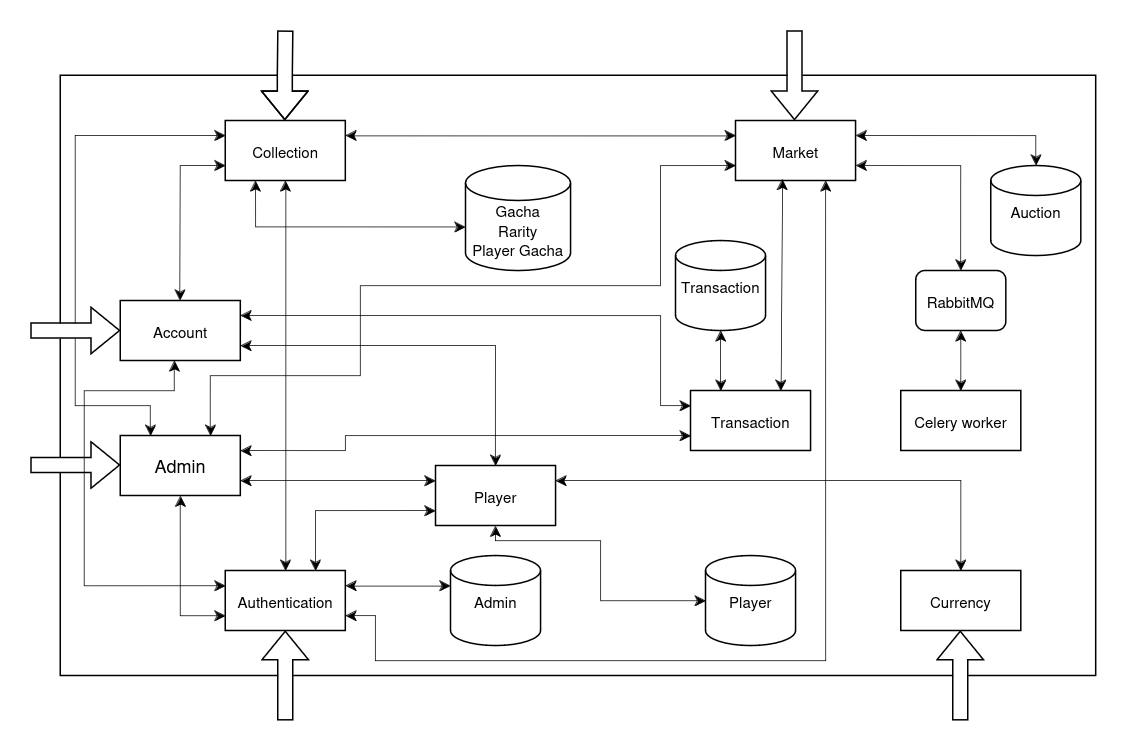
Earlier version of the draw.io export docs/final-delivery/architecture-v2.drawio.png (pklone/ASE-project). Source tidied: cells renumbered, new cells last; positions are measured from the earlier drawing's top-left corner, leaving out a move shared by most shapes.
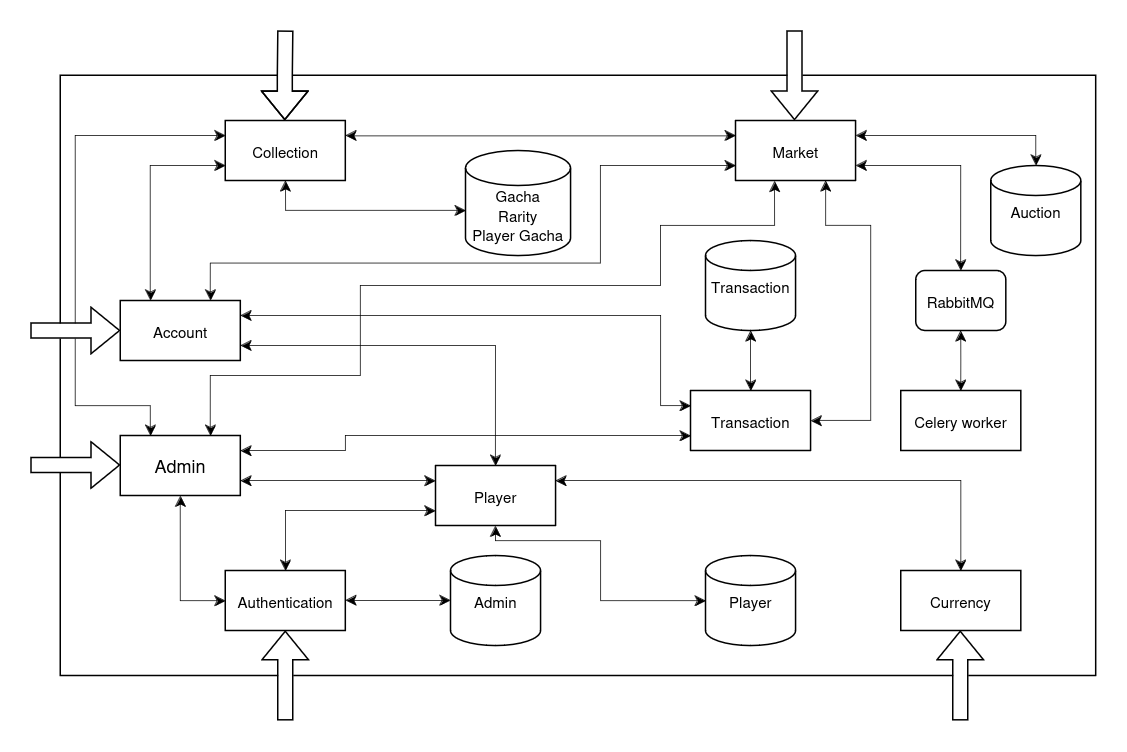
After the change.

Commit message:
fix(architecture): update diagram layout

The edit, as a diff of the source:
```diff
@@ -30,21 +30,21 @@
       <mxGeometry x="640" y="90" width="60" height="60" as="geometry" />
     </mxCell>
     <mxCell id="11" value="&lt;font style=&quot;font-size: 10px;&quot;&gt;Transaction&lt;/font&gt;" style="strokeWidth=1;html=1;shape=mxgraph.flowchart.database;whiteSpace=wrap;" parent="1" vertex="1">
-      <mxGeometry x="430" y="140" width="60" height="60" as="geometry" />
+      <mxGeometry x="450" y="140" width="60" height="60" as="geometry" />
     </mxCell>
-    <mxCell id="12" style="endArrow=classic;startArrow=classic;html=1;rounded=0;entryX=0.5;entryY=1;entryDx=0;entryDy=0;exitX=0.25;exitY=0;exitDx=0;exitDy=0;strokeWidth=0.5;entryPerimeter=0;" parent="1" edge="1" source="6" target="11">
+    <mxCell id="12" style="endArrow=classic;startArrow=classic;html=1;rounded=0;entryX=0.5;entryY=1;entryDx=0;entryDy=0;exitX=0.5;exitY=0;exitDx=0;exitDy=0;strokeWidth=0.5;entryPerimeter=0;" parent="1" edge="1" source="6" target="11">
       <mxGeometry relative="1" as="geometry">
         <Array as="points">
-          <mxPoint x="460" y="220" />
+          <mxPoint x="480" y="220" />
         </Array>
       </mxGeometry>
     </mxCell>
     <mxCell id="13" style="endArrow=classic;startArrow=classic;html=1;rounded=0;strokeWidth=0.5;edgeStyle=orthogonalEdgeStyle;" parent="1" edge="1">
       <mxGeometry relative="1" as="geometry">
-        <mxPoint x="280" y="370" as="sourcePoint" />
-        <mxPoint x="210" y="370" as="targetPoint" />
+        <mxPoint x="280" y="379.7" as="sourcePoint" />
+        <mxPoint x="210" y="379.7" as="targetPoint" />
         <Array as="points">
-          <mxPoint x="280" y="370" />
+          <mxPoint x="280" y="379.7" />
         </Array>
       </mxGeometry>
     </mxCell>
@@ -96,10 +96,10 @@
     </mxCell>
     <mxCell id="20" style="endArrow=classic;startArrow=classic;html=1;rounded=0;exitX=0;exitY=0.75;exitDx=0;exitDy=0;strokeWidth=0.5;edgeStyle=orthogonalEdgeStyle;" parent="1" edge="1" source="26">
       <mxGeometry relative="1" as="geometry">
-        <mxPoint x="190" y="360" as="targetPoint" />
+        <mxPoint x="170" y="360" as="targetPoint" />
         <Array as="points">
-          <mxPoint x="190" y="320" />
-          <mxPoint x="190" y="360" />
+          <mxPoint x="170" y="320" />
+          <mxPoint x="170" y="360" />
         </Array>
       </mxGeometry>
     </mxCell>
@@ -125,10 +125,10 @@
     </mxCell>
     <mxCell id="25" style="endArrow=classic;startArrow=classic;html=1;rounded=0;exitX=0.5;exitY=1;exitDx=0;exitDy=0;strokeWidth=0.5;edgeStyle=orthogonalEdgeStyle;" parent="1" edge="1" source="24">
       <mxGeometry relative="1" as="geometry">
-        <mxPoint x="130" y="390" as="targetPoint" />
+        <mxPoint x="130" y="380" as="targetPoint" />
         <Array as="points">
-          <mxPoint x="100" y="390" />
-          <mxPoint x="130" y="390" />
+          <mxPoint x="100" y="380" />
+          <mxPoint x="130" y="380" />
         </Array>
       </mxGeometry>
     </mxCell>
@@ -139,23 +139,23 @@
       <mxGeometry x="60" y="180" width="80" height="40" as="geometry" />
     </mxCell>
     <mxCell id="28" value="&lt;font style=&quot;font-size: 10px;&quot;&gt;&lt;br&gt;Gacha&lt;br&gt;&lt;/font&gt;&lt;div style=&quot;font-size: 11px;&quot;&gt;&lt;font style=&quot;font-size: 10px;&quot;&gt;Rarity&lt;/font&gt;&lt;/div&gt;&lt;div style=&quot;font-size: 10px;&quot;&gt;&lt;font style=&quot;font-size: 10px;&quot;&gt;Player&lt;/font&gt;&lt;font style=&quot;font-size: 10px;&quot;&gt; Gacha&lt;br&gt;&lt;/font&gt;&lt;/div&gt;" style="strokeWidth=1;html=1;shape=mxgraph.flowchart.database;whiteSpace=wrap;" parent="1" vertex="1">
-      <mxGeometry x="290" y="90" width="70" height="70" as="geometry" />
+      <mxGeometry x="290" y="80" width="70" height="70" as="geometry" />
     </mxCell>
-    <mxCell id="29" style="endArrow=classic;startArrow=classic;html=1;rounded=0;entryX=0;entryY=0.75;entryDx=0;entryDy=0;exitX=0.5;exitY=0;exitDx=0;exitDy=0;strokeWidth=0.5;" parent="1" edge="1" target="8">
+    <mxCell id="29" style="endArrow=classic;startArrow=classic;html=1;rounded=0;entryX=0;entryY=0.75;entryDx=0;entryDy=0;exitX=0.25;exitY=0;exitDx=0;exitDy=0;strokeWidth=0.5;" parent="1" edge="1" source="27" target="8">
       <mxGeometry relative="1" as="geometry">
-        <mxPoint x="99.7" y="180" as="sourcePoint" />
         <Array as="points">
-          <mxPoint x="100" y="90" />
+          <mxPoint x="80" y="90" />
           <mxPoint x="120" y="90" />
         </Array>
       </mxGeometry>
     </mxCell>
     <mxCell id="30" style="endArrow=classic;startArrow=classic;html=1;rounded=0;strokeWidth=0.5;edgeStyle=orthogonalEdgeStyle;" parent="1" edge="1">
       <mxGeometry relative="1" as="geometry">
-        <mxPoint x="150" y="100" as="sourcePoint" />
-        <mxPoint x="290" y="131" as="targetPoint" />
+        <mxPoint x="170" y="100" as="sourcePoint" />
+        <mxPoint x="290" y="120" as="targetPoint" />
         <Array as="points">
-          <mxPoint x="150" y="131" />
+          <mxPoint x="170" y="120" />
+          <mxPoint x="290" y="120" />
         </Array>
       </mxGeometry>
     </mxCell>
@@ -169,14 +169,15 @@
         </Array>
       </mxGeometry>
     </mxCell>
-    <mxCell id="32" style="endArrow=classic;startArrow=classic;html=1;rounded=0;strokeWidth=0.5;edgeStyle=orthogonalEdgeStyle;entryX=0;entryY=0.75;entryDx=0;entryDy=0;exitX=0.75;exitY=0;exitDx=0;exitDy=0;" parent="1" edge="1" source="24" target="5">
+    <mxCell id="32" style="endArrow=classic;startArrow=classic;html=1;rounded=0;strokeWidth=0.5;edgeStyle=orthogonalEdgeStyle;entryX=0.325;entryY=1.007;entryDx=0;entryDy=0;exitX=0.75;exitY=0;exitDx=0;exitDy=0;entryPerimeter=0;" parent="1" edge="1" source="24" target="5">
       <mxGeometry relative="1" as="geometry">
         <Array as="points">
           <mxPoint x="120" y="230" />
           <mxPoint x="220" y="230" />
           <mxPoint x="220" y="170" />
           <mxPoint x="420" y="170" />
-          <mxPoint x="420" y="90" />
+          <mxPoint x="420" y="130" />
+          <mxPoint x="496" y="130" />
         </Array>
       </mxGeometry>
     </mxCell>
@@ -238,41 +239,23 @@
     <mxCell id="42" style="endArrow=classic;startArrow=classic;html=1;rounded=0;strokeWidth=0.5;edgeStyle=orthogonalEdgeStyle;exitX=1;exitY=0.75;exitDx=0;exitDy=0;entryX=0.5;entryY=0;entryDx=0;entryDy=0;" parent="1" edge="1" source="5" target="41">
       <mxGeometry relative="1" as="geometry" />
     </mxCell>
-    <mxCell id="43" style="endArrow=classic;startArrow=classic;html=1;rounded=0;strokeWidth=0.5;edgeStyle=elbowEdgeStyle;exitX=0.325;exitY=0.975;exitDx=0;exitDy=0;exitPerimeter=0;" parent="1" edge="1">
-      <mxGeometry relative="1" as="geometry">
-        <mxPoint x="501" y="99" as="sourcePoint" />
-        <mxPoint x="500" y="240" as="targetPoint" />
-        <Array as="points">
-          <mxPoint x="500" y="170" />
-        </Array>
-      </mxGeometry>
-    </mxCell>
-    <mxCell id="44" style="endArrow=classic;startArrow=classic;html=1;rounded=0;strokeWidth=0.5;edgeStyle=orthogonalEdgeStyle;entryX=1;entryY=0.75;entryDx=0;entryDy=0;exitX=0.75;exitY=1;exitDx=0;exitDy=0;" parent="1" edge="1" source="5" target="7">
-      <mxGeometry relative="1" as="geometry">
-        <Array as="points">
-          <mxPoint x="530" y="420" />
-          <mxPoint x="230" y="420" />
-          <mxPoint x="230" y="390" />
-        </Array>
-      </mxGeometry>
-    </mxCell>
-    <mxCell id="45" style="endArrow=classic;startArrow=classic;html=1;rounded=0;entryX=0;entryY=0.25;entryDx=0;entryDy=0;strokeWidth=0.5;edgeStyle=orthogonalEdgeStyle;" parent="1" edge="1" target="7">
-      <mxGeometry relative="1" as="geometry">
-        <mxPoint x="96" y="220" as="sourcePoint" />
-        <Array as="points">
-          <mxPoint x="96" y="240" />
-          <mxPoint x="36" y="240" />
-          <mxPoint x="36" y="370" />
-        </Array>
-      </mxGeometry>
-    </mxCell>
-    <mxCell id="46" style="endArrow=classic;startArrow=classic;html=1;rounded=0;entryX=0.5;entryY=0;entryDx=0;entryDy=0;strokeWidth=0.5;edgeStyle=orthogonalEdgeStyle;" parent="1" edge="1" target="7">
-      <mxGeometry relative="1" as="geometry">
-        <mxPoint x="170" y="100" as="sourcePoint" />
-        <Array as="points">
-          <mxPoint x="170" y="100" />
-        </Array>
-      </mxGeometry>
-    </mxCell>
+    <mxCell id="47" style="endArrow=classic;startArrow=classic;html=1;rounded=0;strokeWidth=0.5;edgeStyle=orthogonalEdgeStyle;exitX=0.75;exitY=1;exitDx=0;exitDy=0;" parent="1" edge="1" source="5" target="6">
+      <mxGeometry relative="1" as="geometry">
+        <Array as="points">
+          <mxPoint x="530" y="130" />
+          <mxPoint x="560" y="130" />
+          <mxPoint x="560" y="260" />
+        </Array>
+      </mxGeometry>
+    </mxCell>
+    <mxCell id="48" style="endArrow=classic;startArrow=classic;html=1;rounded=0;strokeWidth=0.5;edgeStyle=orthogonalEdgeStyle;exitX=0.75;exitY=0;exitDx=0;exitDy=0;entryX=0;entryY=0.75;entryDx=0;entryDy=0;" parent="1" edge="1" source="27" target="5">
+      <mxGeometry relative="1" as="geometry">
+        <Array as="points">
+          <mxPoint x="120" y="155" />
+          <mxPoint x="380" y="155" />
+          <mxPoint x="380" y="90" />
+        </Array>
+      </mxGeometry>
+    </mxCell>
   </root>
 </mxGraphModel>
```
